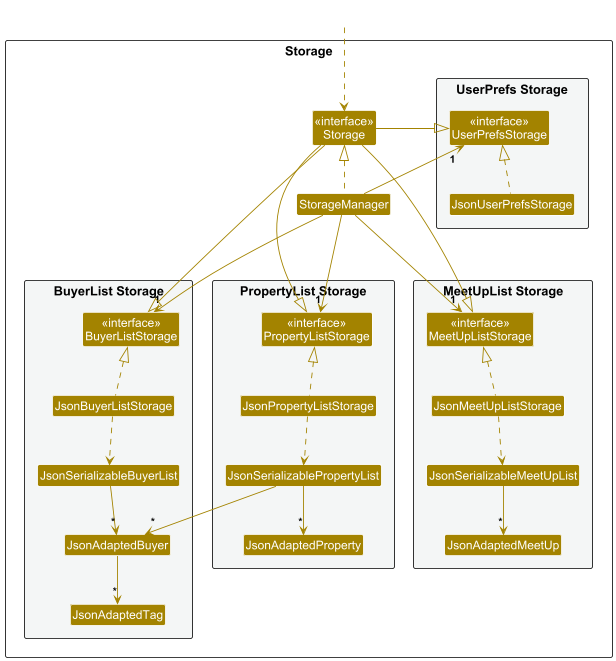
Before: docs/images/StorageClassDiagram.png, a diagram exported from PlantUML (nus-cs2103-AY2425S1/tp).
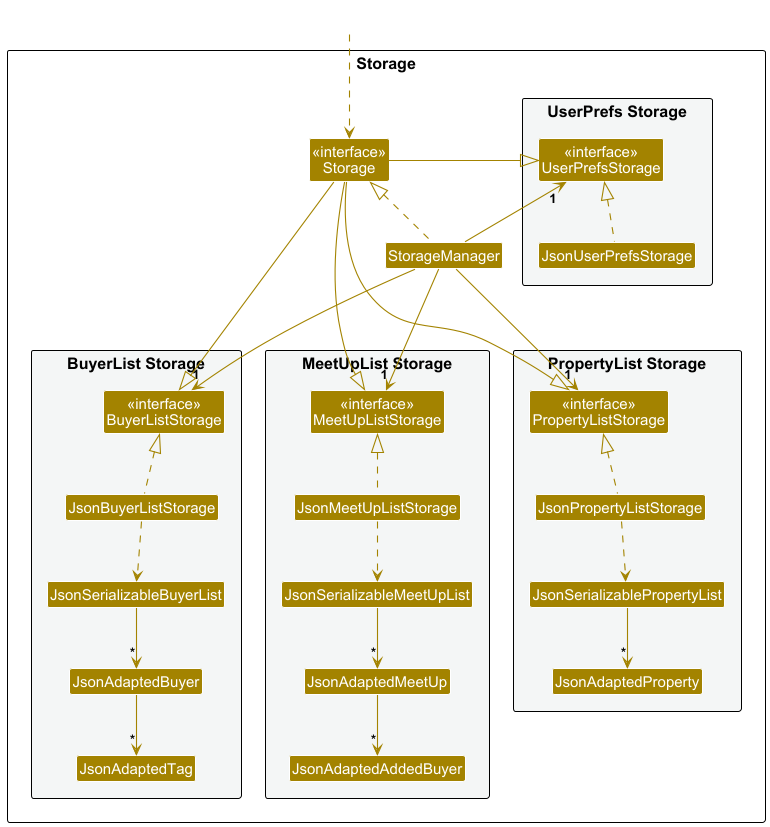
The same file after the commit.

What changed in the source:
```diff
@@ -34,6 +34,7 @@
 Class JsonMeetUpListStorage
 Class JsonSerializableMeetUpList
 Class JsonAdaptedMeetUp
+Class JsonAdaptedAddedBuyer
 }
 
 }
@@ -62,8 +63,8 @@
 JsonSerializableBuyerList --> "*" JsonAdaptedBuyer
 JsonSerializableMeetUpList --> "*" JsonAdaptedMeetUp
 JsonSerializablePropertyList --> "*" JsonAdaptedProperty
-JsonSerializablePropertyList --> "*" JsonAdaptedBuyer
 JsonAdaptedBuyer --> "*" JsonAdaptedTag
+JsonAdaptedMeetUp --> "*" JsonAdaptedAddedBuyer
 
 BuyerListStorage -right[hidden]- MeetUpListStorage
 MeetUpListStorage -right[hidden]- PropertyListStorage
```
